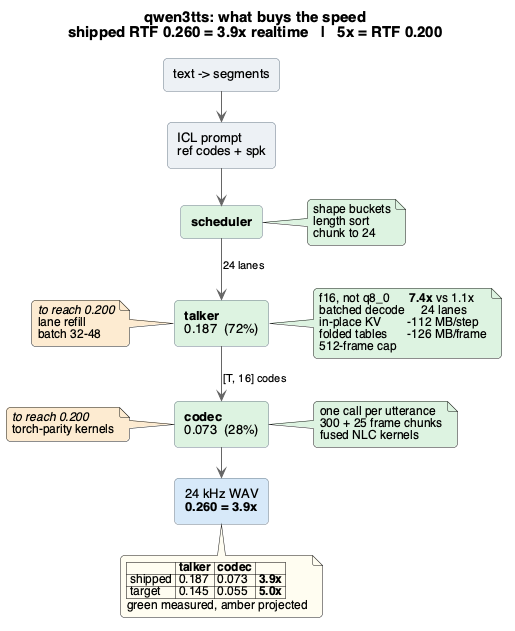
The PlantUML diagram docs/qwen3tts-speedup.png in drmhse/dream-tts, before a commit.
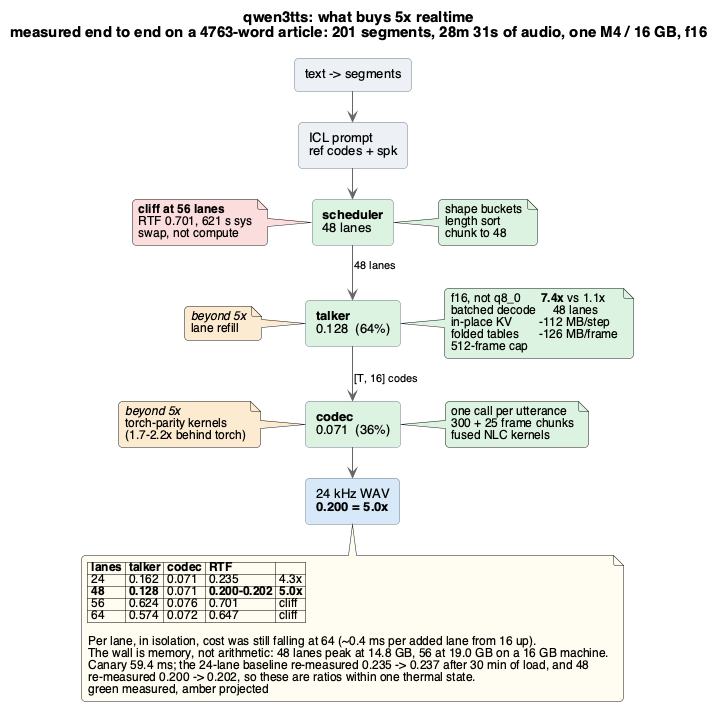
Later version of the same file.

Commit message:
qwen3tts: sweep past 24 lanes, and reach 5x realtime at 48

The edit, as a diff of the source:
```diff
@@ -1,5 +1,5 @@
 @startuml qwen3tts-speedup
-title <b>qwen3tts: what buys the speed</b>\nshipped RTF 0.260 = 3.9x realtime   |   5x = RTF 0.200
+title <b>qwen3tts: what buys 5x realtime</b>\nmeasured end to end on a 4763-word article: 201 segments, 28m 31s of audio, one M4 / 16 GB, f16
 
 skinparam backgroundColor #FFFFFF
 skinparam shadowing false
@@ -19,26 +19,26 @@
 
 rectangle "text -> segments" as SEG
 rectangle "ICL prompt\nref codes + spk" as PROMPT
-rectangle "**scheduler**" as SCHED #DDF3E0
-rectangle "**talker**\n0.187  (72%)" as TALKER #DDF3E0
-rectangle "**codec**\n0.073  (28%)" as CODEC #DDF3E0
-rectangle "24 kHz WAV\n**0.260 = 3.9x**" as WAV #D6E9F8
+rectangle "**scheduler**\n48 lanes" as SCHED #DDF3E0
+rectangle "**talker**\n0.128  (64%)" as TALKER #DDF3E0
+rectangle "**codec**\n0.071  (36%)" as CODEC #DDF3E0
+rectangle "24 kHz WAV\n**0.200 = 5.0x**" as WAV #D6E9F8
 
 SEG --> PROMPT
 PROMPT --> SCHED
-SCHED --> TALKER : "24 lanes"
+SCHED --> TALKER : "48 lanes"
 TALKER --> CODEC : "[T, 16] codes"
 CODEC --> WAV
 
 note right of SCHED #DDF3E0
   shape buckets
   length sort
-  chunk to 24
+  chunk to 48
 end note
 
 note right of TALKER #DDF3E0
   f16, not q8_0      <b>7.4x</b> vs 1.1x
-  batched decode     24 lanes
+  batched decode     48 lanes
   in-place KV        -112 MB/step
   folded tables      -126 MB/frame
   512-frame cap
@@ -50,21 +50,34 @@
   fused NLC kernels
 end note
 
+note left of SCHED #FBDDDD
+  <b>cliff at 56 lanes</b>
+  RTF 0.701, 621 s sys
+  swap, not compute
+end note
+
 note left of TALKER #FDEBD0
-  <i>to reach 0.200</i>
+  <i>beyond 5x</i>
   lane refill
-  batch 32-48
 end note
 
 note left of CODEC #FDEBD0
-  <i>to reach 0.200</i>
+  <i>beyond 5x</i>
   torch-parity kernels
+  (1.7-2.2x behind torch)
 end note
 
 note bottom of WAV #FFFDF0
-  |= |= talker |= codec |= |
-  | shipped | 0.187 | 0.073 | <b>3.9x</b> |
-  | target | 0.145 | 0.055 | <b>5.0x</b> |
+  |= lanes |= talker |= codec |= RTF |= |
+  | 24 | 0.162 | 0.071 | 0.235 | 4.3x |
+  | <b>48</b> | <b>0.128</b> | 0.071 | <b>0.200-0.202</b> | <b>5.0x</b> |
+  | 56 | 0.624 | 0.076 | 0.701 | cliff |
+  | 64 | 0.574 | 0.072 | 0.647 | cliff |
+
+  Per lane, in isolation, cost was still falling at 64 (~0.4 ms per added lane from 16 up).
+  The wall is memory, not arithmetic: 48 lanes peak at 14.8 GB, 56 at 19.0 GB on a 16 GB machine.
+  Canary 59.4 ms; the 24-lane baseline re-measured 0.235 -> 0.237 after 30 min of load, and 48
+  re-measured 0.200 -> 0.202, so these are ratios within one thermal state.
   green measured, amber projected
 end note
 
```
